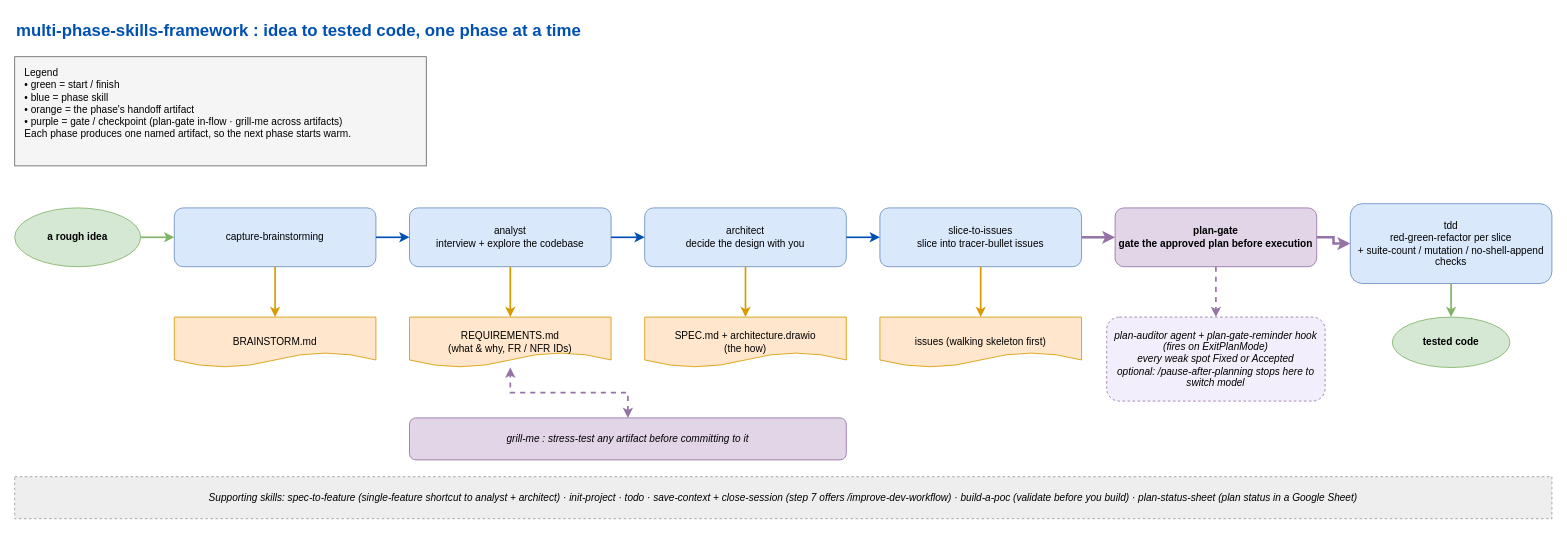
Above: docs/framework-flows.drawio in eranw2000/multi-phase-skills-framework (draw.io), before the change. Source tidied: cells renumbered, new cells numbered last; positions are measured from the earlier drawing's top-left corner, leaving out a move shared by most shapes. Both pictures are drawn from the tidied source at 84%, with x=0, y=0 at pixel (14, 14).
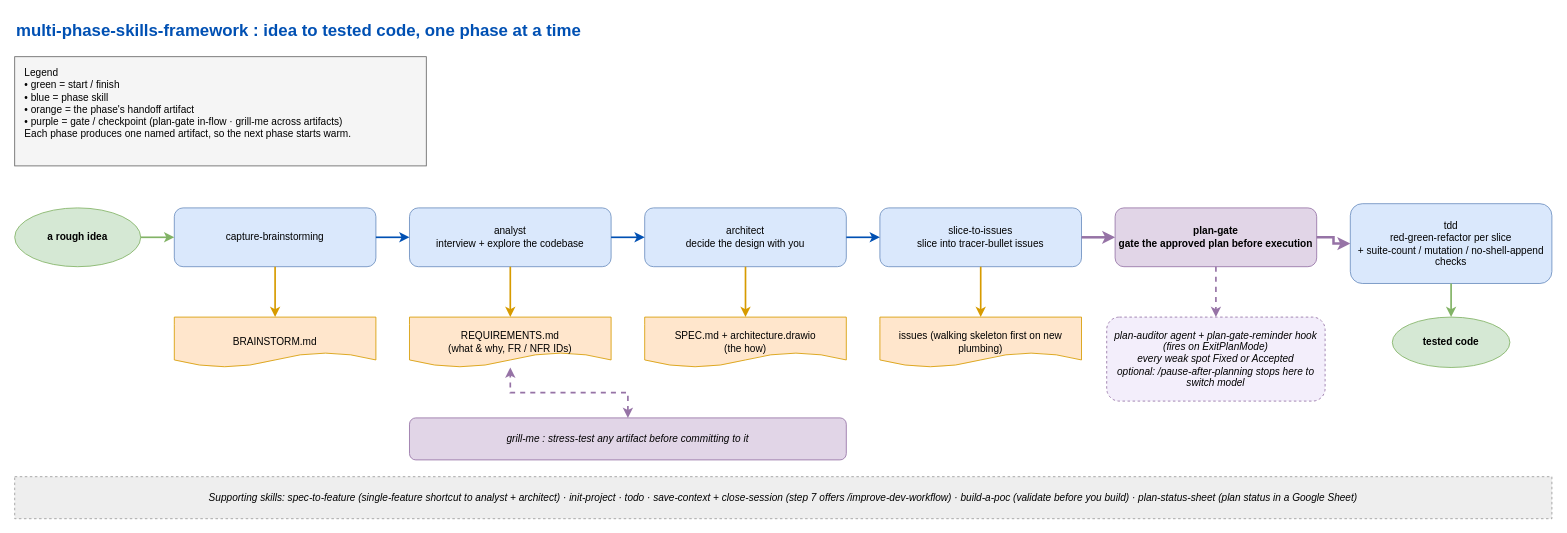
Above is the later version.

Commit message (it also covers changes not shown here):
spec-to-feature and slice-to-issues: size check, acceptance criteria, coverage list (#26)

The edit, as a diff of the source:
```diff
@@
-    <mxCell id="12" value="issues (walking skeleton first)" style="shape=document;fillColor=#ffe6cc;strokeColor=#d79b00;html=1;whiteSpace=wrap;" parent="1" vertex="1">
+    <mxCell id="12" value="issues (walking skeleton first on new plumbing)" style="shape=document;fillColor=#ffe6cc;strokeColor=#d79b00;html=1;whiteSpace=wrap;" parent="1" vertex="1">
       <mxGeometry x="1030" y="360" width="240" height="60" as="geometry" />
     </mxCell>
```
